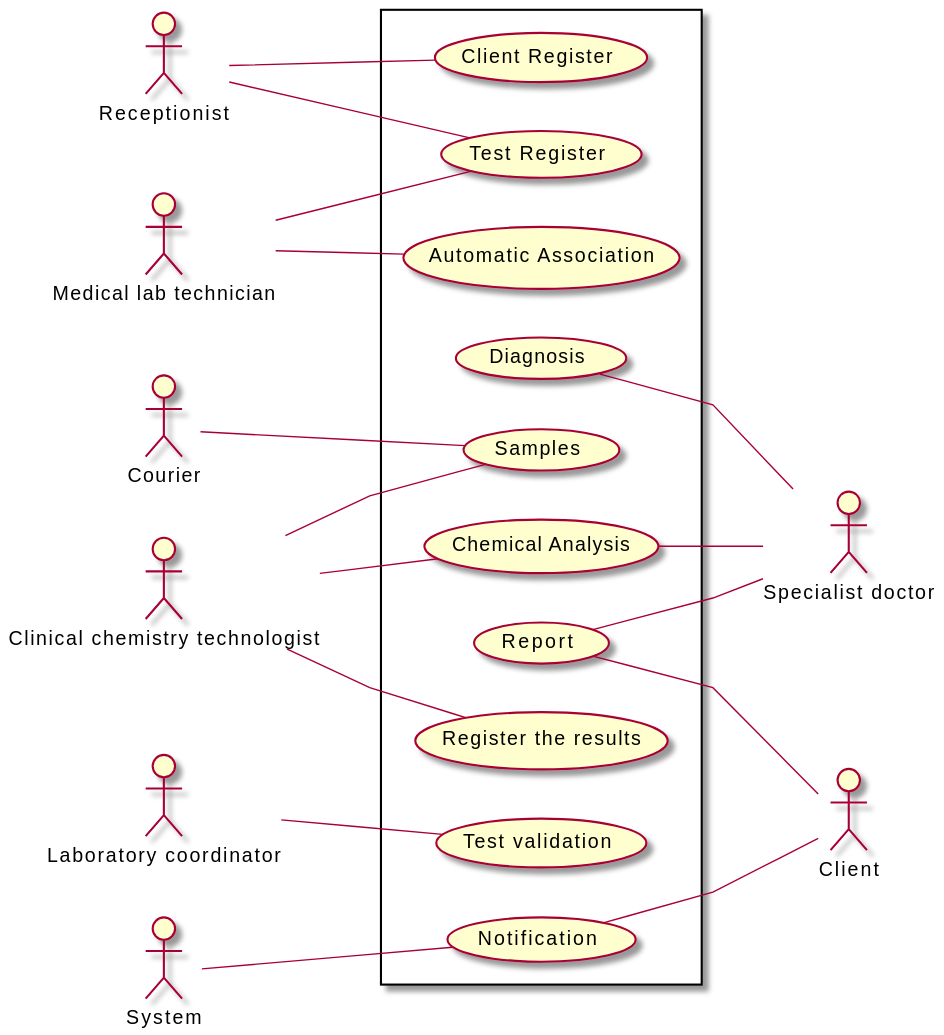
Earlier version of the PlantUML export docs/SprintA/UCD.svg (Pedromaia26/LAPR2-ISEP). Source of this version:
```plantuml
@startuml
left to right direction
skinparam linetype polyline
actor Receptionist as r
actor "Medical lab technician" as mlt
actor Courier as c
actor "Clinical chemistry technologist" as cct
actor "Specialist doctor" as sd
actor "Laboratory coordinator" as lc
actor Client as cc
actor System as s

Rectangle {
usecase "Chemical Analysis" as UC1
usecase "Test Register" as UC2
usecase "Client Register" as UC3
usecase "Diagnosis" as UC4
usecase "Report" as UC5
usecase "Automatic Association" as UC6
usecase "Samples" as UC7
usecase "Test validation" as UC8
usecase "Notification" as UC9
usecase "Register the results" as UC10
}

r--UC2
mlt--UC6
c--UC7
cct--UC7
cct--UC1
cct--UC10
r--UC3
UC4--sd
UC1--sd
UC5--sd
UC5--cc
s--UC9
lc--UC8
mlt--UC2
UC9--cc
@enduml
```
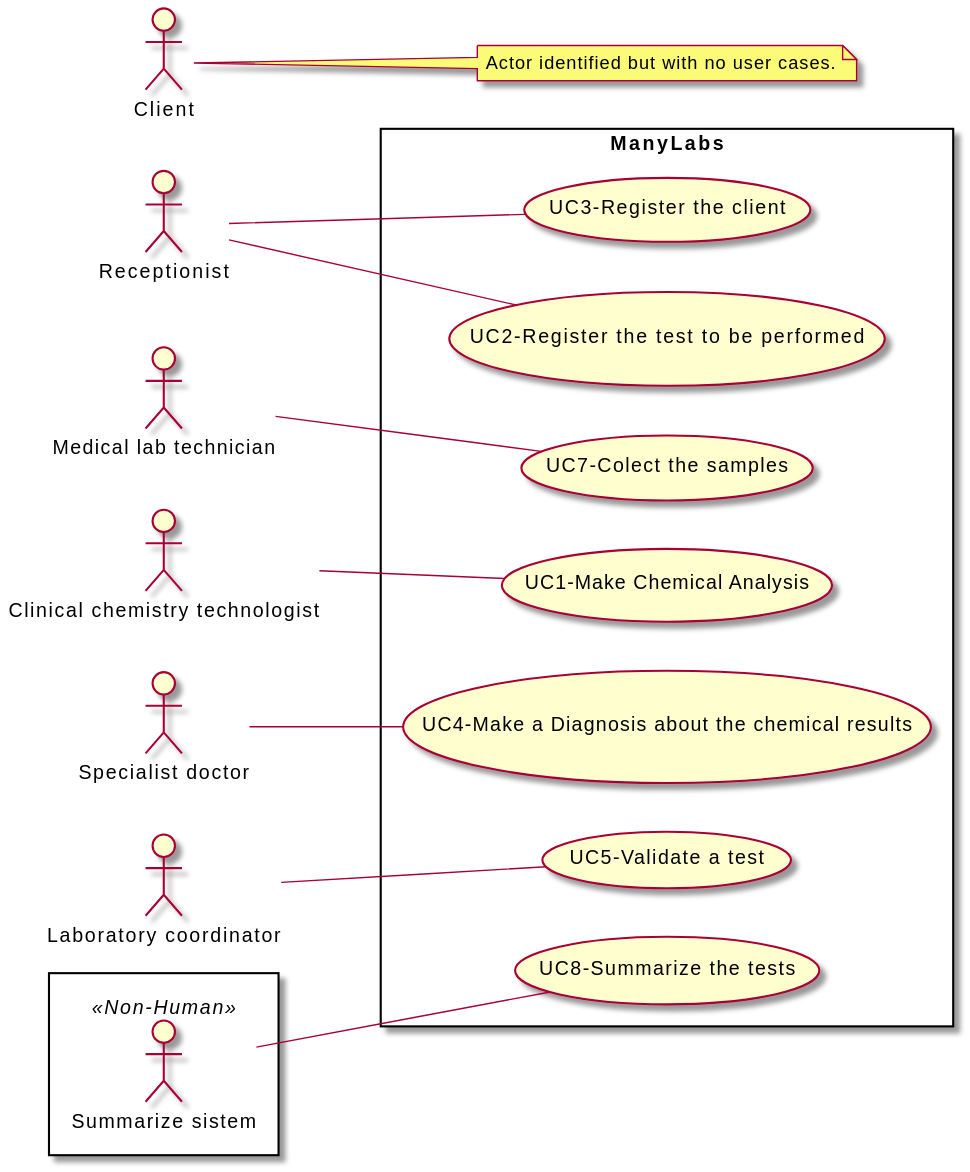
The same file after the commit.

Diff of the diagram source:
```diff
@@ -3,39 +3,31 @@
 skinparam linetype polyline
 actor Receptionist as r
 actor "Medical lab technician" as mlt
-actor Courier as c
 actor "Clinical chemistry technologist" as cct
 actor "Specialist doctor" as sd
 actor "Laboratory coordinator" as lc
 actor Client as cc
-actor System as s
+Rectangle {
+actor "Summarize sistem" as ss << Non-Human >>
+}
 
-Rectangle {
-usecase "Chemical Analysis" as UC1
-usecase "Test Register" as UC2
-usecase "Client Register" as UC3
-usecase "Diagnosis" as UC4
-usecase "Report" as UC5
-usecase "Automatic Association" as UC6
-usecase "Samples" as UC7
-usecase "Test validation" as UC8
-usecase "Notification" as UC9
-usecase "Register the results" as UC10
+Rectangle ManyLabs{
+usecase "UC1-Make Chemical Analysis" as UC1
+usecase "UC2-Register the test to be performed" as UC2
+usecase "UC3-Register the client" as UC3
+usecase "UC4-Make a Diagnosis about the chemical results" as UC4
+usecase "UC5-Validate a test" as UC5
+usecase "UC7-Colect the samples" as UC7
+usecase "UC8-Summarize the tests" as UC8
+
 }
 
 r--UC2
-mlt--UC6
-c--UC7
-cct--UC7
 cct--UC1
-cct--UC10
 r--UC3
-UC4--sd
-UC1--sd
-UC5--sd
-UC5--cc
-s--UC9
-lc--UC8
-mlt--UC2
-UC9--cc
+sd--UC4
+lc--UC5
+mlt--UC7
+ss--UC8
+note right of cc : Actor identified but with no user cases.
 @enduml
```
